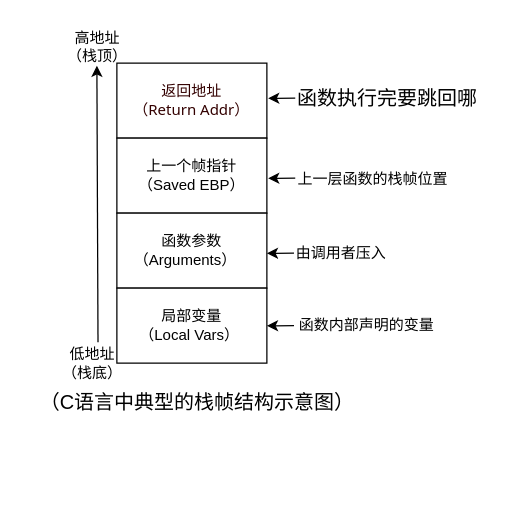
Before: 变1.drawio in ZhouQuan-7237/123, a draw.io diagram. Source tidied: cells renumbered, new cells numbered last; positions are measured from the earlier drawing's top-left corner, leaving out a move shared by most shapes. Both pictures are drawn from the tidied source at 125%, with x=0, y=0 at pixel (21, 21).
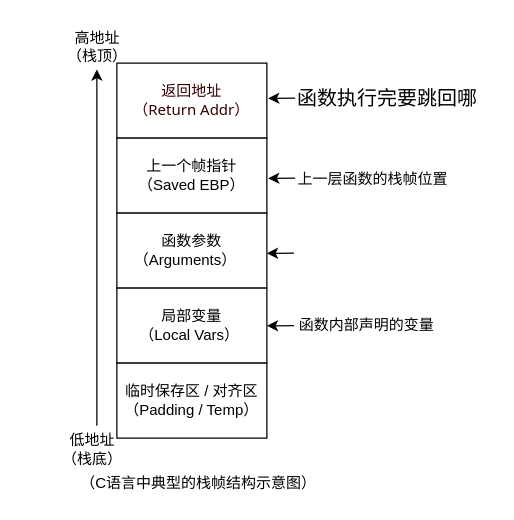
The same diagram, later.

What changed in the source:
```diff
@@
-    <mxCell id="4" style="endArrow=classic;html=1;rounded=0;exitX=0.67;exitY=0.033;exitDx=0;exitDy=0;exitPerimeter=0;" parent="1" edge="1">
+    <mxCell id="4" style="endArrow=classic;html=1;rounded=0;exitX=0.557;exitY=-0.05;exitDx=0;exitDy=0;exitPerimeter=0;" parent="1" edge="1">
       <mxGeometry relative="1" as="geometry">
-        <mxPoint x="60.9" y="256.3" as="sourcePoint" />
-        <mxPoint x="60" y="35" as="targetPoint" />
+        <mxPoint x="60" y="323" as="sourcePoint" />
+        <mxPoint x="60" y="38" as="targetPoint" />
       </mxGeometry>
     </mxCell>
@@
     <mxCell id="6" value="低地址&lt;br&gt;（栈底）" style="text;html=1;align=center;verticalAlign=middle;strokeColor=none;fillColor=none;" parent="1" vertex="1">
-      <mxGeometry x="21" y="253" width="70" height="40" as="geometry" />
+      <mxGeometry x="21" y="322" width="70" height="40" as="geometry" />
     </mxCell>
@@
-    <mxCell id="11" value="由调用者压入" style="text;html=1;align=center;verticalAlign=middle;strokeColor=none;fillColor=none;" parent="1" vertex="1">
-      <mxGeometry x="205" y="170" width="100" height="30" as="geometry" />
-    </mxCell>
@@
-    <mxCell id="17" value="（C语言中典型的栈帧结构示意图）" style="text;html=1;align=center;verticalAlign=middle;strokeColor=none;fillColor=none;fontSize=16;" parent="1" vertex="1">
-      <mxGeometry y="289" width="280" height="30" as="geometry" />
+    <mxCell id="17" value="&lt;font style=&quot;font-size: 12px;&quot;&gt;（C语言中典型的栈帧结构示意图）&lt;/font&gt;" style="text;html=1;align=center;verticalAlign=middle;strokeColor=none;fillColor=none;fontSize=16;" parent="1" vertex="1">
+      <mxGeometry x="36" y="352" width="210" height="30" as="geometry" />
     </mxCell>
+    <mxCell id="18" value="临时保存区 / 对齐区&lt;br&gt;（Padding / Temp）" style="rounded=0;whiteSpace=wrap;html=1;" parent="1" vertex="1">
+      <mxGeometry x="76" y="273" width="120" height="60" as="geometry" />
+    </mxCell>
```
